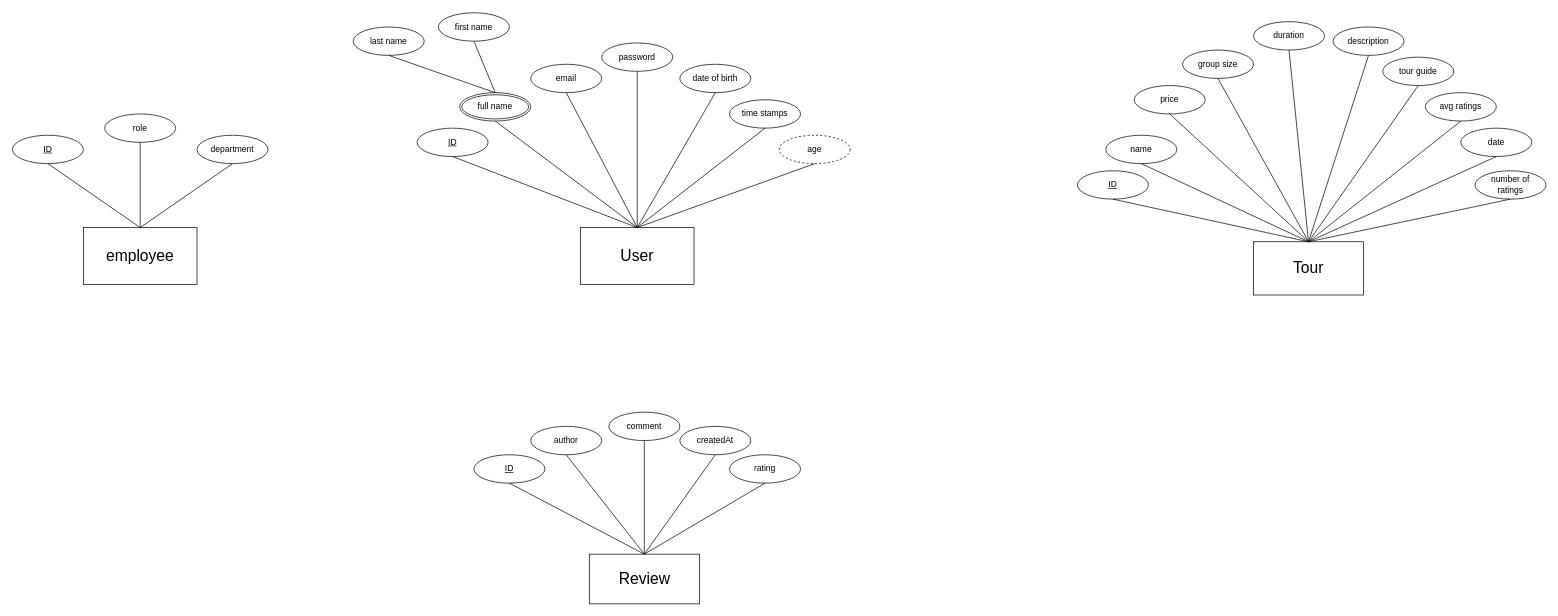
The draw.io diagram docs/ERD.drawio in AbdelrhmanAhmed024/Bibliotheca-Alexandrina-Tour-System, before the edit. Source tidied: cells renumbered, new cells numbered last; positions are measured from the earlier drawing's top-left corner, leaving out a move shared by most shapes. Both pictures are drawn from the tidied source at 71%, with x=0, y=0 at pixel (12, 13).
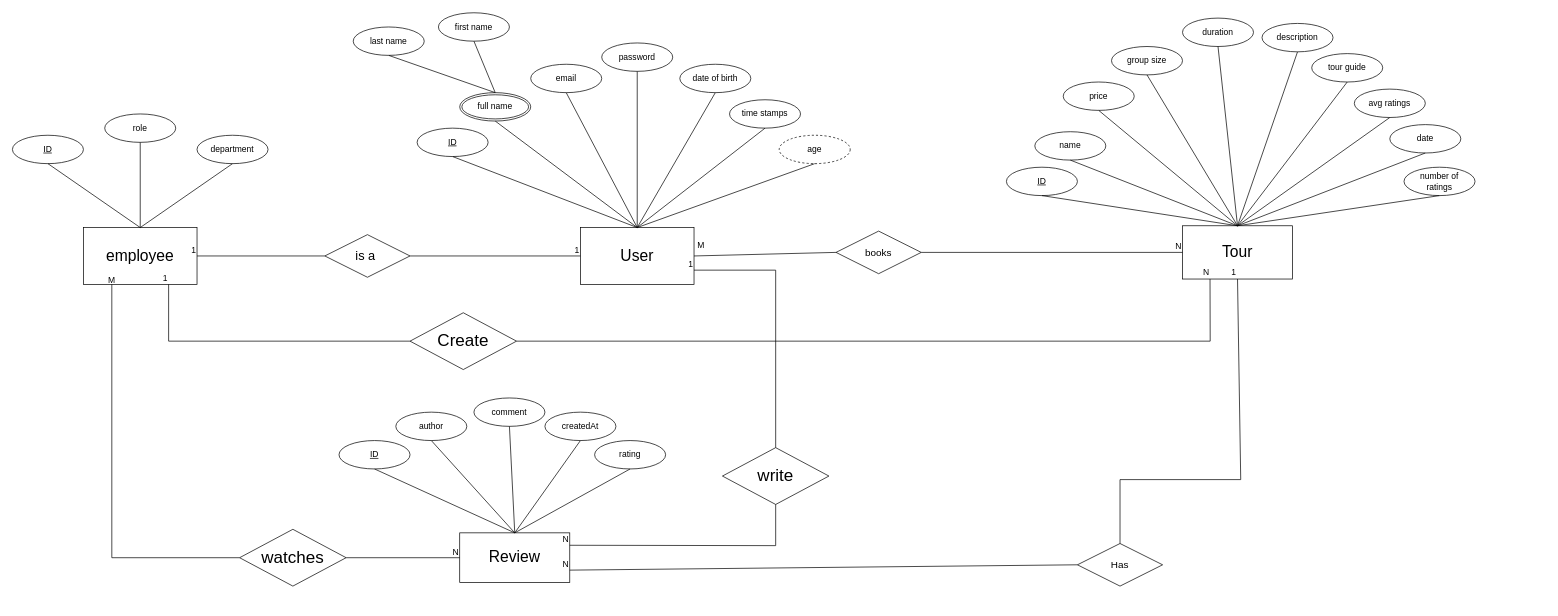
After the change.

The change refers to these unchanged cells:
```xml
<mxCell id="21" value="&lt;font style=&quot;font-size: 22px;&quot;&gt;User&lt;/font&gt;" style="whiteSpace=wrap;html=1;align=center;" parent="1" vertex="1">
  <mxGeometry x="800" y="302" width="160" height="80" as="geometry" />
</mxCell>
<mxCell id="48" value="&lt;font style=&quot;font-size: 22px;&quot;&gt;employee&lt;/font&gt;" style="whiteSpace=wrap;html=1;align=center;" parent="1" vertex="1">
  <mxGeometry x="100" y="302" width="160" height="80" as="geometry" />
</mxCell>
```

Change to the diagram source:
```diff
@@
     <mxCell id="2" value="&lt;font style=&quot;font-size: 22px;&quot;&gt;Tour&lt;/font&gt;" style="whiteSpace=wrap;html=1;align=center;" parent="1" vertex="1">
-      <mxGeometry x="1748" y="322" width="155" height="75" as="geometry" />
+      <mxGeometry x="1648" y="299.5" width="155" height="75" as="geometry" />
     </mxCell>
     <mxCell id="3" value="duration" style="ellipse;whiteSpace=wrap;html=1;align=center;" parent="1" vertex="1">
-      <mxGeometry x="1748" y="12" width="100" height="40" as="geometry" />
+      <mxGeometry x="1648" y="7" width="100" height="40" as="geometry" />
     </mxCell>
     <mxCell id="4" value="description" style="ellipse;whiteSpace=wrap;html=1;align=center;" parent="1" vertex="1">
-      <mxGeometry x="1860" y="19.5" width="100" height="40" as="geometry" />
+      <mxGeometry x="1760" y="14.5" width="100" height="40" as="geometry" />
     </mxCell>
     <mxCell id="5" value="tour guide" style="ellipse;whiteSpace=wrap;html=1;align=center;" parent="1" vertex="1">
-      <mxGeometry x="1930" y="62" width="100" height="40" as="geometry" />
+      <mxGeometry x="1830" y="57" width="100" height="40" as="geometry" />
     </mxCell>
     <mxCell id="6" value="group size" style="ellipse;whiteSpace=wrap;html=1;align=center;" parent="1" vertex="1">
-      <mxGeometry x="1648" y="52" width="100" height="40" as="geometry" />
+      <mxGeometry x="1548" y="47" width="100" height="40" as="geometry" />
     </mxCell>
     <mxCell id="7" value="name" style="ellipse;whiteSpace=wrap;html=1;align=center;" parent="1" vertex="1">
-      <mxGeometry x="1540" y="172" width="100" height="40" as="geometry" />
+      <mxGeometry x="1440" y="167" width="100" height="40" as="geometry" />
     </mxCell>
     <mxCell id="8" value="ID" style="ellipse;whiteSpace=wrap;html=1;align=center;fontStyle=4;" parent="1" vertex="1">
-      <mxGeometry x="1500" y="222" width="100" height="40" as="geometry" />
+      <mxGeometry x="1400" y="217" width="100" height="40" as="geometry" />
     </mxCell>
     <mxCell id="9" value="price" style="ellipse;whiteSpace=wrap;html=1;align=center;" parent="1" vertex="1">
-      <mxGeometry x="1580" y="102" width="100" height="40" as="geometry" />
+      <mxGeometry x="1480" y="97" width="100" height="40" as="geometry" />
     </mxCell>
     <mxCell id="10" value="avg ratings" style="ellipse;whiteSpace=wrap;html=1;align=center;" parent="1" vertex="1">
-      <mxGeometry x="1990" y="112" width="100" height="40" as="geometry" />
+      <mxGeometry x="1890" y="107" width="100" height="40" as="geometry" />
     </mxCell>
     <mxCell id="11" value="date" style="ellipse;whiteSpace=wrap;html=1;align=center;" parent="1" vertex="1">
-      <mxGeometry x="2040" y="162" width="100" height="40" as="geometry" />
+      <mxGeometry x="1940" y="157" width="100" height="40" as="geometry" />
     </mxCell>
@@
     <mxCell id="35" value="&lt;font style=&quot;font-size: 22px;&quot;&gt;Review&lt;/font&gt;" style="whiteSpace=wrap;html=1;align=center;" parent="1" vertex="1">
-      <mxGeometry x="812.5" y="762" width="155" height="70" as="geometry" />
+      <mxGeometry x="630" y="732" width="155" height="70" as="geometry" />
     </mxCell>
     <mxCell id="36" value="ID" style="ellipse;whiteSpace=wrap;html=1;align=center;fontStyle=4;" parent="1" vertex="1">
-      <mxGeometry x="650" y="622" width="100" height="40" as="geometry" />
+      <mxGeometry x="460" y="602" width="100" height="40" as="geometry" />
     </mxCell>
     <mxCell id="37" value="author" style="ellipse;whiteSpace=wrap;html=1;align=center;" parent="1" vertex="1">
-      <mxGeometry x="730" y="582" width="100" height="40" as="geometry" />
+      <mxGeometry x="540" y="562" width="100" height="40" as="geometry" />
     </mxCell>
@@
     <mxCell id="39" value="number of&lt;div&gt;&amp;nbsp;ratings&amp;nbsp;&lt;/div&gt;" style="ellipse;whiteSpace=wrap;html=1;align=center;" parent="1" vertex="1">
-      <mxGeometry x="2060" y="222" width="100" height="40" as="geometry" />
+      <mxGeometry x="1960" y="217" width="100" height="40" as="geometry" />
     </mxCell>
@@
     <mxCell id="41" value="comment" style="ellipse;whiteSpace=wrap;html=1;align=center;" parent="1" vertex="1">
-      <mxGeometry x="840" y="562" width="100" height="40" as="geometry" />
+      <mxGeometry x="650" y="542" width="100" height="40" as="geometry" />
     </mxCell>
     <mxCell id="42" value="createdAt" style="ellipse;whiteSpace=wrap;html=1;align=center;" parent="1" vertex="1">
-      <mxGeometry x="940" y="582" width="100" height="40" as="geometry" />
+      <mxGeometry x="750" y="562" width="100" height="40" as="geometry" />
     </mxCell>
     <mxCell id="43" value="rating" style="ellipse;whiteSpace=wrap;html=1;align=center;" parent="1" vertex="1">
-      <mxGeometry x="1010" y="622" width="100" height="40" as="geometry" />
+      <mxGeometry x="820" y="602" width="100" height="40" as="geometry" />
     </mxCell>
@@
+    <mxCell id="60" value="&lt;font style=&quot;font-size: 18px;&quot;&gt;is a&amp;nbsp;&lt;/font&gt;" style="shape=rhombus;perimeter=rhombusPerimeter;whiteSpace=wrap;html=1;align=center;" parent="1" vertex="1">
+      <mxGeometry x="440" y="312" width="120" height="60" as="geometry" />
+    </mxCell>
+    <mxCell id="61" style="endArrow=none;html=1;rounded=0;entryX=0;entryY=0.5;entryDx=0;entryDy=0;exitX=1;exitY=0.5;exitDx=0;exitDy=0;" parent="1" edge="1" source="60" target="21">
+      <mxGeometry relative="1" as="geometry" />
+    </mxCell>
+    <mxCell id="62" value="1" style="html=1;whiteSpace=wrap;align=right;verticalAlign=bottom;" parent="61" vertex="1">
+      <mxGeometry x="1" relative="1" as="geometry" />
+    </mxCell>
+    <mxCell id="63" style="endArrow=none;html=1;rounded=0;entryX=1;entryY=0.5;entryDx=0;entryDy=0;" parent="1" edge="1" source="60" target="48">
+      <mxGeometry relative="1" as="geometry" />
+    </mxCell>
+    <mxCell id="64" value="1" style="html=1;whiteSpace=wrap;align=right;verticalAlign=bottom;" parent="63" vertex="1">
+      <mxGeometry x="1" relative="1" as="geometry" />
+    </mxCell>
+    <mxCell id="65" value="&lt;font style=&quot;font-size: 24px;&quot;&gt;Create&lt;/font&gt;" style="shape=rhombus;perimeter=rhombusPerimeter;whiteSpace=wrap;html=1;align=center;" parent="1" vertex="1">
+      <mxGeometry x="560" y="422" width="150" height="80" as="geometry" />
+    </mxCell>
+    <mxCell id="66" style="endArrow=none;html=1;rounded=0;entryX=0;entryY=0.5;entryDx=0;entryDy=0;exitX=1;exitY=0.5;exitDx=0;exitDy=0;" parent="1" edge="1" source="68" target="2">
+      <mxGeometry relative="1" as="geometry" />
+    </mxCell>
+    <mxCell id="67" value="N" style="html=1;whiteSpace=wrap;align=right;verticalAlign=bottom;" parent="66" vertex="1">
+      <mxGeometry x="1" relative="1" as="geometry" />
+    </mxCell>
+    <mxCell id="68" value="&lt;font style=&quot;font-size: 14px;&quot;&gt;books&lt;/font&gt;" style="shape=rhombus;perimeter=rhombusPerimeter;whiteSpace=wrap;html=1;align=center;" parent="1" vertex="1">
+      <mxGeometry x="1160" y="307" width="120" height="60" as="geometry" />
+    </mxCell>
+    <mxCell id="69" style="endArrow=none;html=1;rounded=0;entryX=0;entryY=0.5;entryDx=0;entryDy=0;exitX=1;exitY=0.5;exitDx=0;exitDy=0;" parent="1" edge="1" source="21" target="68">
+      <mxGeometry relative="1" as="geometry" />
+    </mxCell>
+    <mxCell id="70" value="&lt;font style=&quot;font-size: 12px;&quot;&gt;M&lt;/font&gt;" style="text;html=1;align=center;verticalAlign=middle;whiteSpace=wrap;rounded=0;" parent="1" vertex="1">
+      <mxGeometry x="940" y="312" width="60" height="30" as="geometry" />
+    </mxCell>
+    <mxCell id="71" value="&lt;span style=&quot;font-size: 24px;&quot;&gt;watches&lt;/span&gt;" style="shape=rhombus;perimeter=rhombusPerimeter;whiteSpace=wrap;html=1;align=center;" parent="1" vertex="1">
+      <mxGeometry x="320" y="727" width="150" height="80" as="geometry" />
+    </mxCell>
+    <mxCell id="72" style="endArrow=none;html=1;rounded=0;entryX=0;entryY=0.5;entryDx=0;entryDy=0;exitX=1;exitY=0.5;exitDx=0;exitDy=0;" parent="1" edge="1" source="71" target="35">
+      <mxGeometry relative="1" as="geometry" />
+    </mxCell>
+    <mxCell id="73" value="N" style="html=1;whiteSpace=wrap;align=right;verticalAlign=bottom;" parent="72" vertex="1">
+      <mxGeometry x="1" relative="1" as="geometry" />
+    </mxCell>
+    <mxCell id="74" style="endArrow=none;html=1;rounded=0;exitX=0.25;exitY=1;exitDx=0;exitDy=0;entryX=0;entryY=0.5;entryDx=0;entryDy=0;" parent="1" edge="1" source="48" target="71">
+      <mxGeometry relative="1" as="geometry">
+        <Array as="points">
+          <mxPoint x="140" y="767" />
+        </Array>
+      </mxGeometry>
+    </mxCell>
+    <mxCell id="75" value="M" style="text;html=1;align=center;verticalAlign=middle;whiteSpace=wrap;rounded=0;" parent="1" vertex="1">
+      <mxGeometry x="110" y="362" width="60" height="30" as="geometry" />
+    </mxCell>
+    <mxCell id="76" value="&lt;font style=&quot;font-size: 14px;&quot;&gt;Has&lt;/font&gt;" style="shape=rhombus;perimeter=rhombusPerimeter;whiteSpace=wrap;html=1;align=center;" parent="1" vertex="1">
+      <mxGeometry x="1500" y="747" width="120" height="60" as="geometry" />
+    </mxCell>
+    <mxCell id="77" style="endArrow=none;html=1;rounded=0;entryX=0.25;entryY=1;entryDx=0;entryDy=0;exitX=1;exitY=0.5;exitDx=0;exitDy=0;" parent="1" edge="1" source="65" target="2">
+      <mxGeometry relative="1" as="geometry">
+        <Array as="points">
+          <mxPoint x="1687" y="462" />
+        </Array>
+      </mxGeometry>
+    </mxCell>
+    <mxCell id="78" value="N" style="html=1;whiteSpace=wrap;align=right;verticalAlign=bottom;" parent="77" vertex="1">
+      <mxGeometry x="1" relative="1" as="geometry" />
+    </mxCell>
+    <mxCell id="79" style="endArrow=none;html=1;rounded=0;entryX=0.75;entryY=1;entryDx=0;entryDy=0;exitX=0;exitY=0.5;exitDx=0;exitDy=0;" parent="1" edge="1" source="65" target="48">
+      <mxGeometry relative="1" as="geometry">
+        <Array as="points">
+          <mxPoint x="220" y="462" />
+        </Array>
+      </mxGeometry>
+    </mxCell>
+    <mxCell id="80" value="1" style="html=1;whiteSpace=wrap;align=right;verticalAlign=bottom;" parent="79" vertex="1">
+      <mxGeometry x="1" relative="1" as="geometry" />
+    </mxCell>
+    <mxCell id="81" style="endArrow=none;html=1;rounded=0;entryX=1;entryY=0.75;entryDx=0;entryDy=0;exitX=0;exitY=0.5;exitDx=0;exitDy=0;" parent="1" edge="1" source="76" target="35">
+      <mxGeometry relative="1" as="geometry" />
+    </mxCell>
+    <mxCell id="82" value="N" style="html=1;whiteSpace=wrap;align=right;verticalAlign=bottom;" parent="81" vertex="1">
+      <mxGeometry x="1" relative="1" as="geometry" />
+    </mxCell>
+    <mxCell id="83" style="endArrow=none;html=1;rounded=0;entryX=0.5;entryY=1;entryDx=0;entryDy=0;exitX=0.5;exitY=0;exitDx=0;exitDy=0;" parent="1" edge="1" source="76" target="2">
+      <mxGeometry relative="1" as="geometry">
+        <Array as="points">
+          <mxPoint x="1560" y="657" />
+          <mxPoint x="1730" y="657" />
+        </Array>
+      </mxGeometry>
+    </mxCell>
+    <mxCell id="84" value="1" style="html=1;whiteSpace=wrap;align=right;verticalAlign=bottom;" parent="83" vertex="1">
+      <mxGeometry x="1" relative="1" as="geometry" />
+    </mxCell>
+    <mxCell id="85" value="&lt;font style=&quot;font-size: 24px;&quot;&gt;write&lt;/font&gt;" style="shape=rhombus;perimeter=rhombusPerimeter;whiteSpace=wrap;html=1;align=center;" parent="1" vertex="1">
+      <mxGeometry x="1000" y="612" width="150" height="80" as="geometry" />
+    </mxCell>
+    <mxCell id="86" style="endArrow=none;html=1;rounded=0;entryX=1;entryY=0.25;entryDx=0;entryDy=0;exitX=0.5;exitY=1;exitDx=0;exitDy=0;" parent="1" edge="1" source="85" target="35">
+      <mxGeometry relative="1" as="geometry">
+        <Array as="points">
+          <mxPoint x="1075" y="750" />
+        </Array>
+      </mxGeometry>
+    </mxCell>
+    <mxCell id="87" value="N" style="html=1;whiteSpace=wrap;align=right;verticalAlign=bottom;" parent="86" vertex="1">
+      <mxGeometry x="1" relative="1" as="geometry" />
+    </mxCell>
+    <mxCell id="88" style="endArrow=none;html=1;rounded=0;entryX=1;entryY=0.75;entryDx=0;entryDy=0;exitX=0.5;exitY=0;exitDx=0;exitDy=0;" parent="1" edge="1" source="85" target="21">
+      <mxGeometry relative="1" as="geometry">
+        <Array as="points">
+          <mxPoint x="1075" y="362" />
+        </Array>
+      </mxGeometry>
+    </mxCell>
+    <mxCell id="89" value="1" style="html=1;whiteSpace=wrap;align=right;verticalAlign=bottom;" parent="88" vertex="1">
+      <mxGeometry x="1" relative="1" as="geometry" />
+    </mxCell>
```
